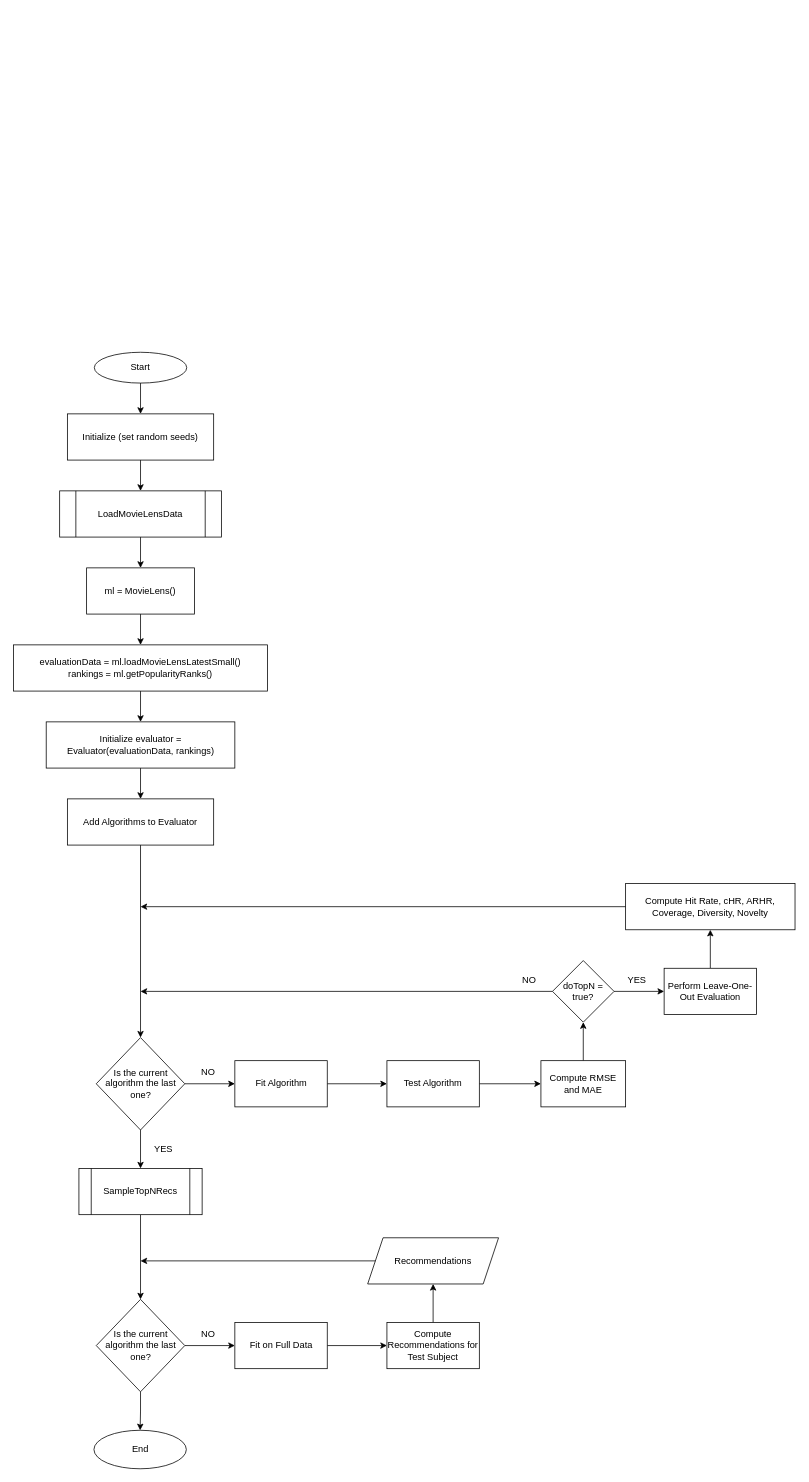
Above: main_flowchart.drawio in PVHai1111/Recommender-System (draw.io), before the change. Source tidied: cells renumbered, new cells numbered last; positions are measured from the earlier drawing's top-left corner, leaving out a move shared by most shapes. Both pictures are drawn from the tidied source at 77%, with x=0, y=0 at pixel (13, 352).
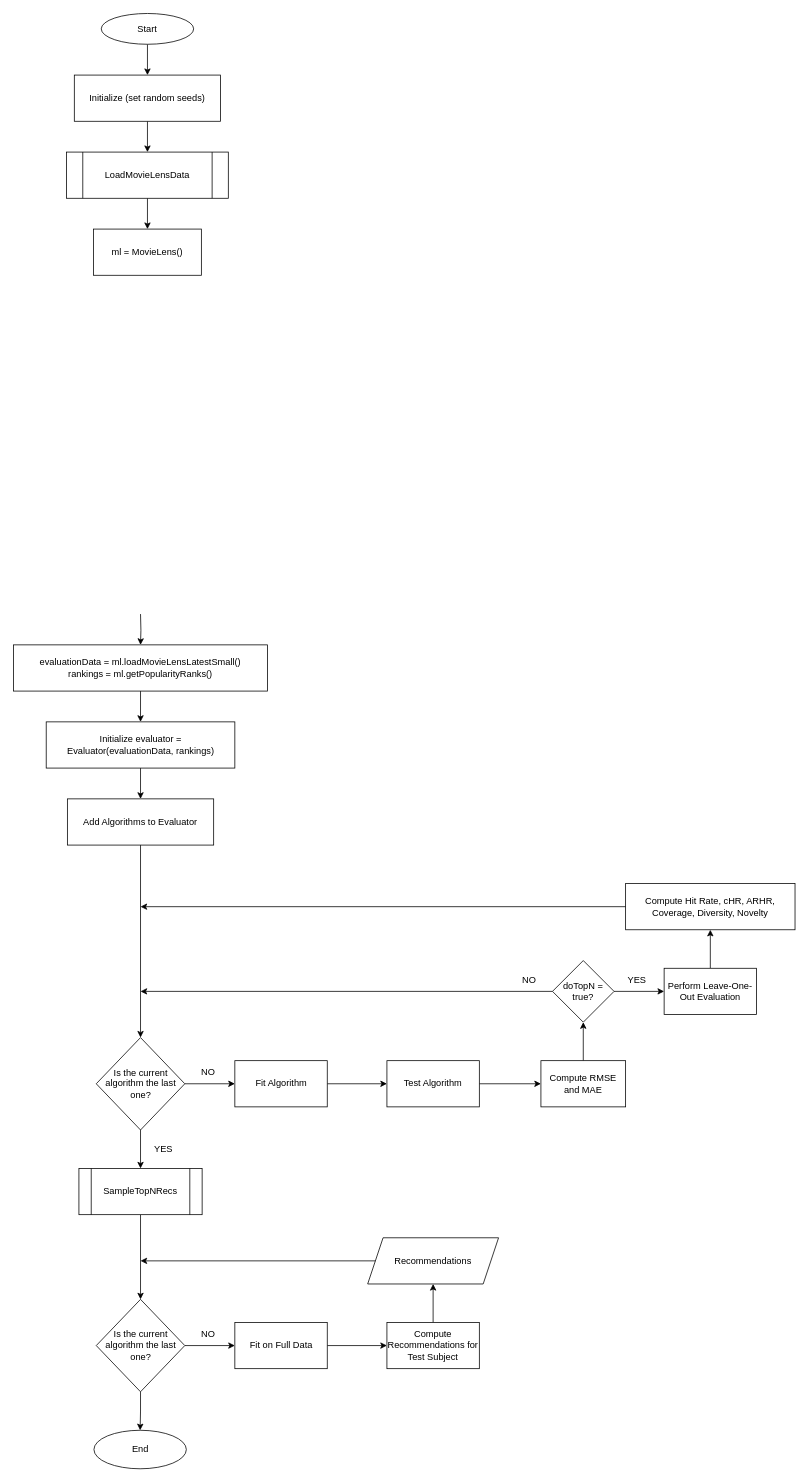
The same page after the edit.

Unchanged cells that the change refers to:
```xml
<mxCell id="12" value="evaluationData = ml.loadMovieLensLatestSmall()&lt;div&gt;rankings = ml.getPopularityRanks()&lt;br&gt;&lt;/div&gt;" style="rounded=0;whiteSpace=wrap;html=1;" parent="1" vertex="1">
  <mxGeometry y="380" width="330" height="60" as="geometry" />
</mxCell>
```

Change to the diagram source:
```diff
@@
     <mxCell id="3" value="Start" style="ellipse;whiteSpace=wrap;html=1;" parent="1" vertex="1">
-      <mxGeometry x="105" width="120" height="40" as="geometry" />
+      <mxGeometry x="114" y="-440" width="120" height="40" as="geometry" />
     </mxCell>
@@
     <mxCell id="6" value="Initialize (set random seeds)" style="rounded=0;whiteSpace=wrap;html=1;" parent="1" vertex="1">
-      <mxGeometry x="70" y="80" width="190" height="60" as="geometry" />
+      <mxGeometry x="79" y="-360" width="190" height="60" as="geometry" />
     </mxCell>
@@
     <mxCell id="8" value="LoadMovieLensData" style="shape=process;whiteSpace=wrap;html=1;backgroundOutline=1;" parent="1" vertex="1">
-      <mxGeometry x="60" y="180" width="210" height="60" as="geometry" />
+      <mxGeometry x="69" y="-260" width="210" height="60" as="geometry" />
     </mxCell>
-    <mxCell id="9" style="edgeStyle=orthogonalEdgeStyle;rounded=0;jettySize=auto;html=1;" parent="1" edge="1" source="10" target="12">
-      <mxGeometry relative="1" as="geometry" />
+    <mxCell id="9" style="edgeStyle=orthogonalEdgeStyle;rounded=0;jettySize=auto;html=1;" parent="1" edge="1" target="12">
+      <mxGeometry relative="1" as="geometry">
+        <mxPoint x="165" y="340" as="sourcePoint" />
+      </mxGeometry>
     </mxCell>
     <mxCell id="10" value="ml = MovieLens()" style="rounded=0;whiteSpace=wrap;html=1;" parent="1" vertex="1">
-      <mxGeometry x="95" y="280" width="140" height="60" as="geometry" />
+      <mxGeometry x="104" y="-160" width="140" height="60" as="geometry" />
     </mxCell>
```
